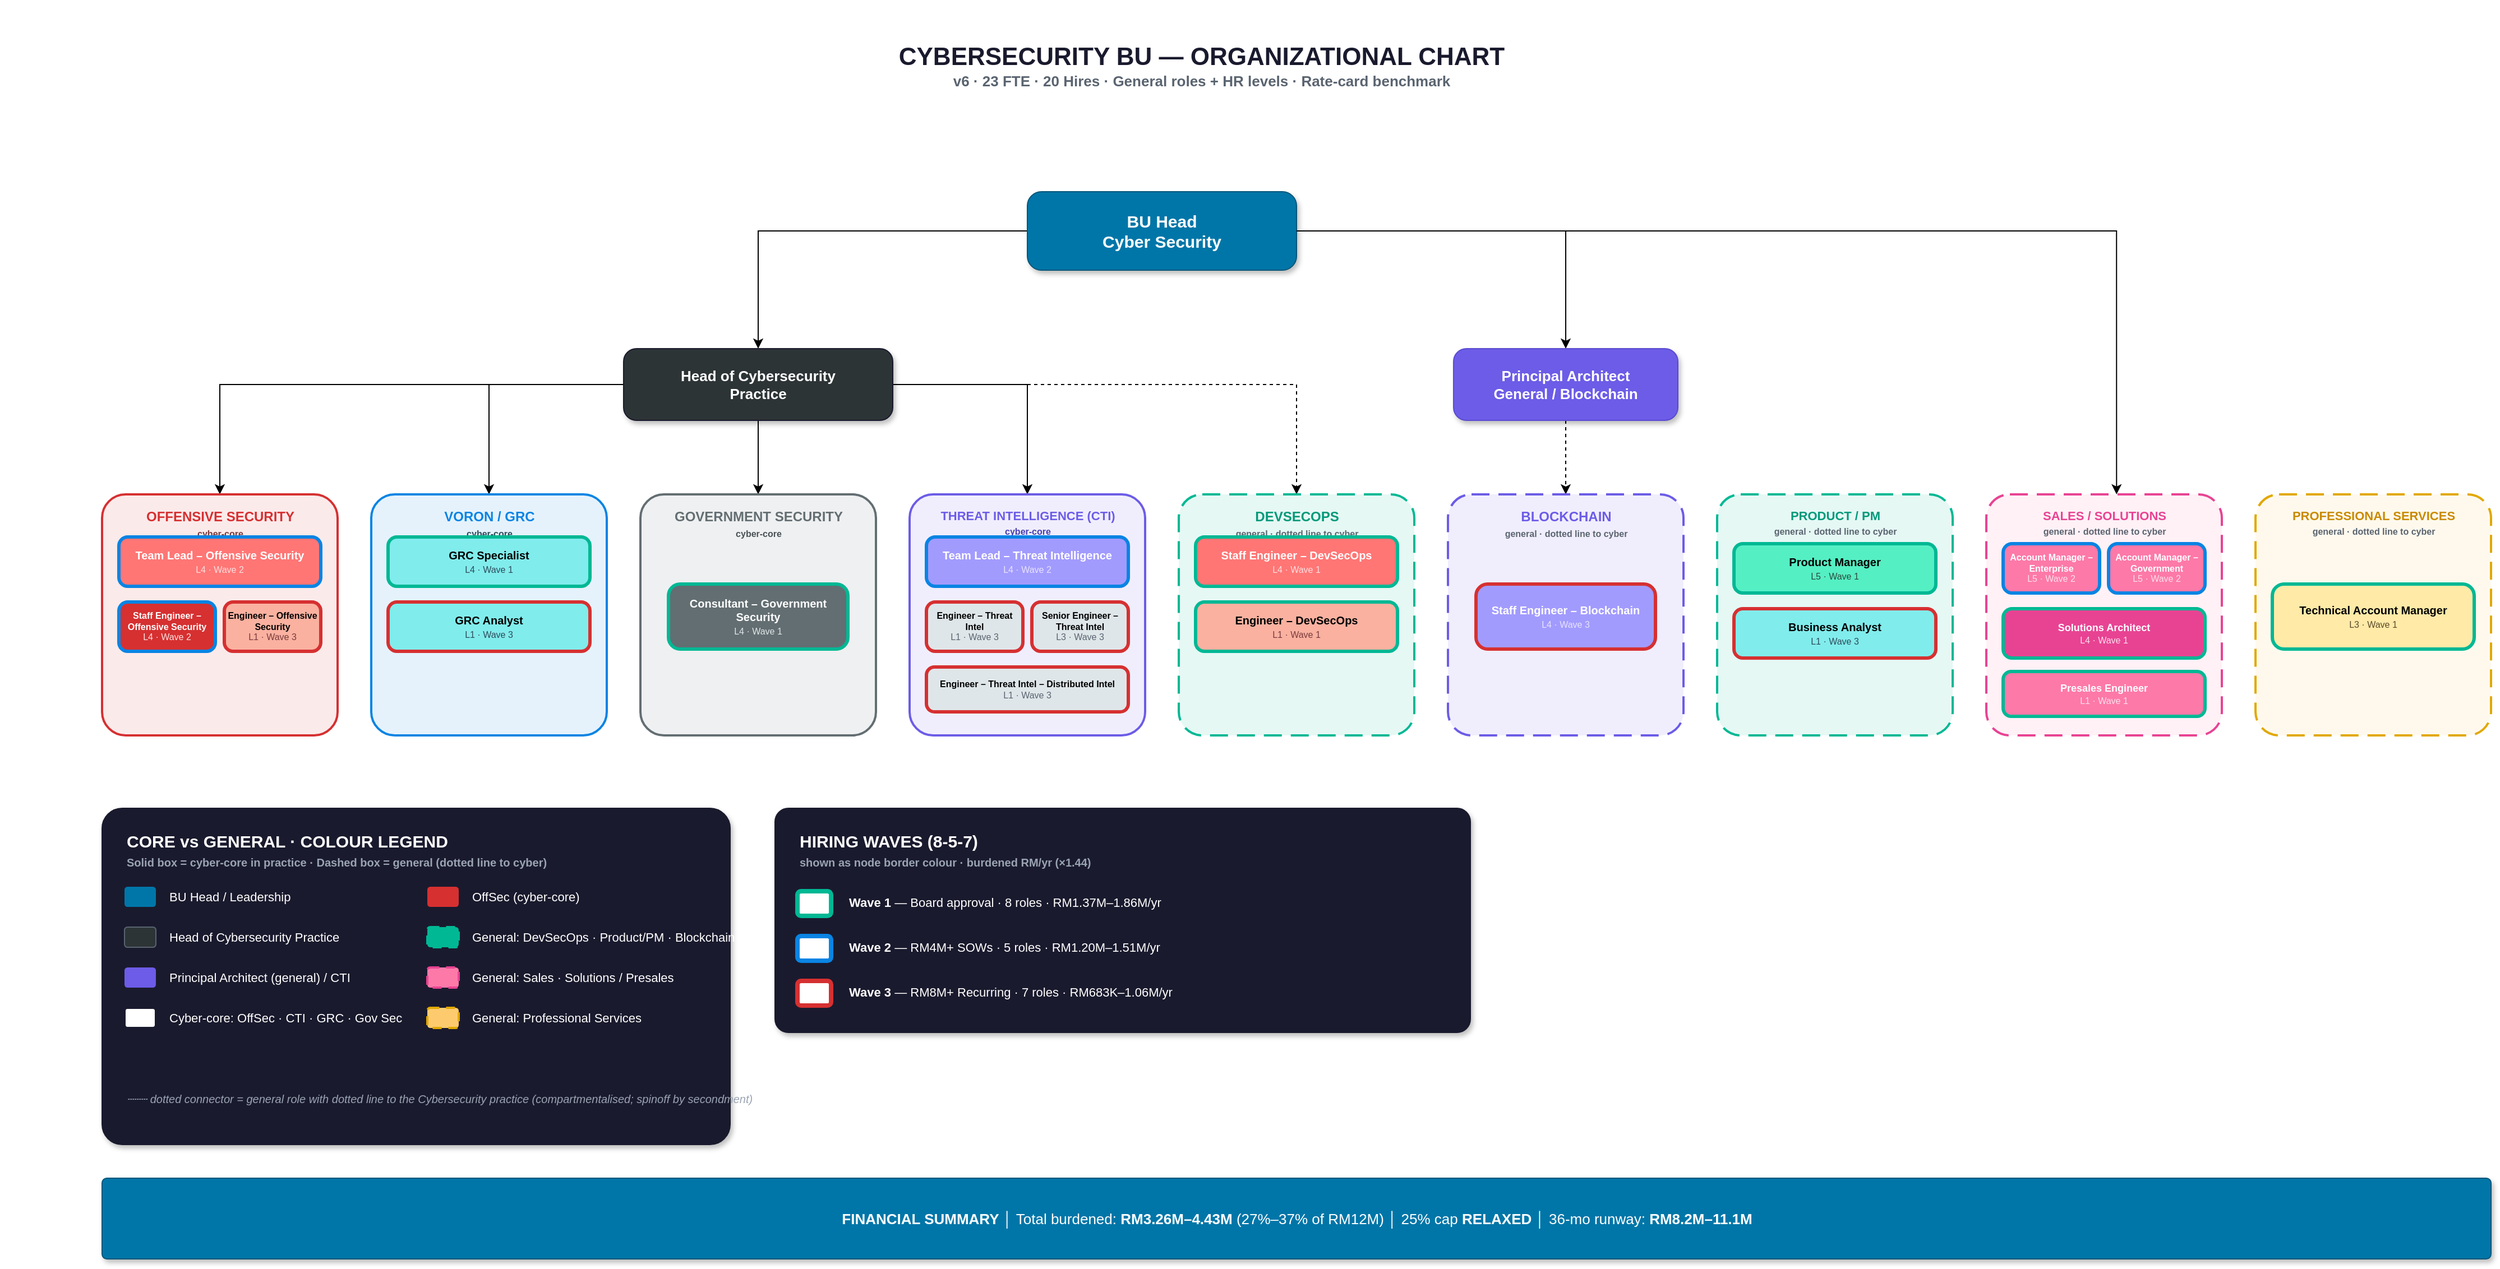
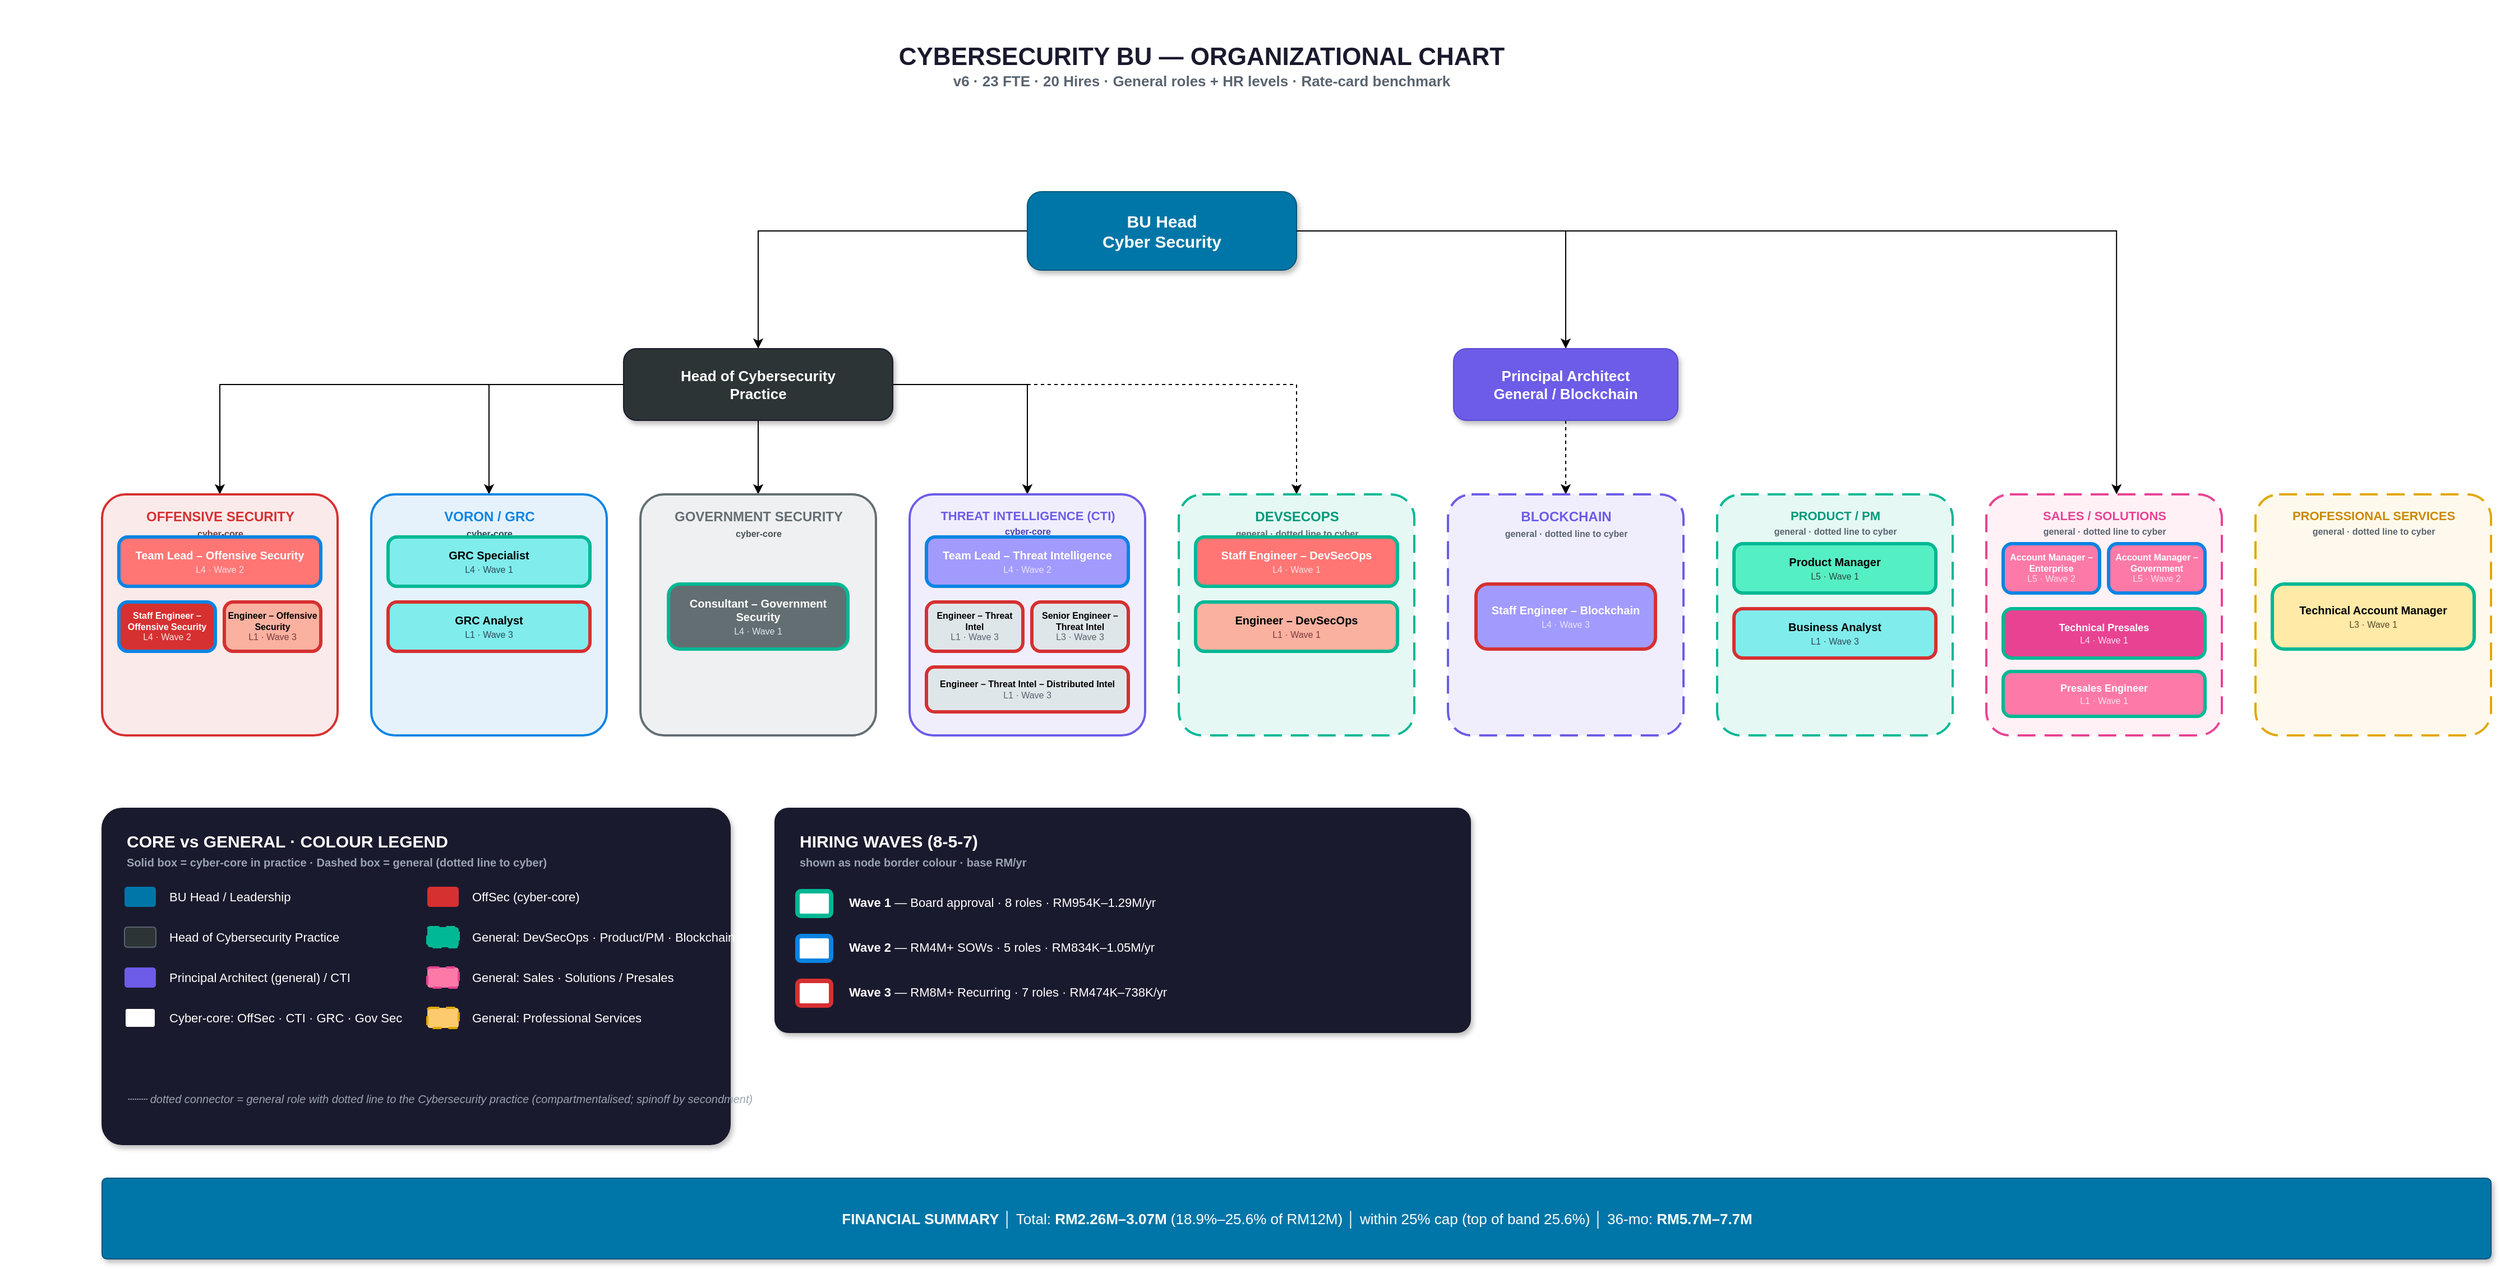
<mxfile host="app.diagrams.net" agent="5.0">
  <diagram id="CySec-BU-OrgChart" name="CySec BU Structure">
    <mxGraphModel dx="99905" dy="56303" grid="1" gridSize="10" guides="1" tooltips="1" connect="1" arrows="1" fold="1" page="1" pageScale="1" pageWidth="2350" pageHeight="1180" math="0" shadow="0">
      <root>
        <mxCell id="0" />
        <mxCell id="1" parent="0" />
        <mxCell id="title" parent="1" style="text;html=1;align=center;verticalAlign=middle;resizable=0;points=[];strokeColor=none;fillColor=none;fontSize=14;fontStyle=1;fontColor=#1a1a2e;" value="&lt;b style=&quot;font-size:22px;&quot;&gt;CYBERSECURITY BU — ORGANIZATIONAL CHART&lt;/b&gt;&lt;br&gt;&lt;font style=&quot;font-size:13px;color:#5a6470;&quot;&gt;v6  ·  23 FTE  ·  20 Hires  ·  General roles + HR levels  ·  Rate-card benchmark&lt;/font&gt;" vertex="1">
          <mxGeometry height="56" width="720" x="700" y="20" as="geometry" />
        </mxCell>
        <mxCell id="Z_cIRzkNHb6JCueCwrIl-6" edge="1" parent="1" source="bu_head" style="edgeStyle=orthogonalEdgeStyle;rounded=0;orthogonalLoop=1;jettySize=auto;html=1;" target="prin_cyber">
          <mxGeometry relative="1" as="geometry" />
        </mxCell>
        <mxCell id="Z_cIRzkNHb6JCueCwrIl-7" edge="1" parent="1" source="bu_head" style="edgeStyle=orthogonalEdgeStyle;rounded=0;orthogonalLoop=1;jettySize=auto;html=1;entryX=0.5;entryY=0;entryDx=0;entryDy=0;" target="prin_blockchain">
          <mxGeometry relative="1" as="geometry" />
        </mxCell>
        <mxCell id="bu_head" parent="1" style="rounded=1;whiteSpace=wrap;html=1;fillColor=#0076a8;fontColor=#ffffff;strokeColor=#00557a;fontSize=15;fontStyle=1;arcSize=18;shadow=1;" value="&lt;b&gt;BU Head&lt;/b&gt;&lt;br&gt;Cyber Security" vertex="1">
          <mxGeometry height="70" width="240" x="905" y="160" as="geometry" />
        </mxCell>
        <mxCell id="Z_cIRzkNHb6JCueCwrIl-3" edge="1" parent="1" source="prin_cyber" style="edgeStyle=orthogonalEdgeStyle;rounded=0;orthogonalLoop=1;jettySize=auto;html=1;exitX=0.5;exitY=1;exitDx=0;exitDy=0;entryX=0.5;entryY=0;entryDx=0;entryDy=0;" target="govsec_box">
          <mxGeometry relative="1" as="geometry" />
        </mxCell>
        <mxCell id="Z_cIRzkNHb6JCueCwrIl-4" edge="1" parent="1" source="prin_cyber" style="edgeStyle=orthogonalEdgeStyle;rounded=0;orthogonalLoop=1;jettySize=auto;html=1;entryX=0.5;entryY=0;entryDx=0;entryDy=0;dashed=1;" target="devsecops_box">
          <mxGeometry relative="1" as="geometry" />
        </mxCell>
        <mxCell id="Z_cIRzkNHb6JCueCwrIl-8" edge="1" parent="1" source="prin_cyber" style="edgeStyle=orthogonalEdgeStyle;rounded=0;orthogonalLoop=1;jettySize=auto;html=1;entryX=0.5;entryY=0;entryDx=0;entryDy=0;" target="cti_box">
          <mxGeometry relative="1" as="geometry" />
        </mxCell>
        <mxCell id="Z_cIRzkNHb6JCueCwrIl-9" edge="1" parent="1" source="prin_cyber" style="edgeStyle=orthogonalEdgeStyle;rounded=0;orthogonalLoop=1;jettySize=auto;html=1;entryX=0.5;entryY=0;entryDx=0;entryDy=0;" target="offsec_box">
          <mxGeometry relative="1" as="geometry" />
        </mxCell>
        <mxCell id="Z_cIRzkNHb6JCueCwrIl-10" edge="1" parent="1" source="prin_cyber" style="edgeStyle=orthogonalEdgeStyle;rounded=0;orthogonalLoop=1;jettySize=auto;html=1;entryX=0.5;entryY=0;entryDx=0;entryDy=0;" target="voron_box">
          <mxGeometry relative="1" as="geometry" />
        </mxCell>
        <mxCell id="prin_cyber" parent="1" style="rounded=1;whiteSpace=wrap;html=1;fillColor=#2d3436;fontColor=#ffffff;strokeColor=#1a1a2e;fontSize=13;fontStyle=1;arcSize=18;shadow=1;" value="&lt;b&gt;Head of Cybersecurity&lt;/b&gt;&lt;br&gt;Practice" vertex="1">
          <mxGeometry height="64" width="240" x="545" y="300" as="geometry" />
        </mxCell>
        <mxCell id="Z_cIRzkNHb6JCueCwrIl-11" edge="1" parent="1" source="prin_blockchain" style="edgeStyle=orthogonalEdgeStyle;rounded=0;orthogonalLoop=1;jettySize=auto;html=1;entryX=0.5;entryY=0;entryDx=0;entryDy=0;dashed=1;" target="blockchain_box">
          <mxGeometry relative="1" as="geometry" />
        </mxCell>
        <mxCell id="prin_blockchain" parent="1" style="rounded=1;whiteSpace=wrap;html=1;fillColor=#6c5ce7;fontColor=#ffffff;strokeColor=#5a4bd1;fontSize=13;fontStyle=1;arcSize=18;shadow=1;" value="&lt;b&gt;Principal Architect&lt;/b&gt;&lt;br&gt;General / Blockchain" vertex="1">
          <mxGeometry height="64" width="200" x="1285" y="300" as="geometry" />
        </mxCell>
        <mxCell id="line_bu_prin1" edge="1" parent="1" source="bu_head" style="edgeStyle=orthogonalEdgeStyle;rounded=1;html=1;exitX=0.5;exitY=1;entryX=0.5;entryY=0;strokeColor=#0076a8;strokeWidth=2.5;endArrow=block;endFill=1;endSize=8;" target="prin_cyber" />
        <mxCell id="line_bu_prin2" edge="1" parent="1" source="bu_head" style="edgeStyle=orthogonalEdgeStyle;rounded=1;html=1;exitX=0.5;exitY=1;entryX=0.5;entryY=0;strokeColor=#0076a8;strokeWidth=2.5;endArrow=block;endFill=1;endSize=8;" target="prin_blockchain" />
        <mxCell id="offsec_box" parent="1" style="rounded=1;whiteSpace=wrap;html=1;fillColor=#d63031;fillOpacity=10;strokeColor=#d63031;strokeWidth=2;arcSize=10;" value="" vertex="1">
          <mxGeometry height="215" width="210" x="80" y="430" as="geometry" />
        </mxCell>
        <mxCell id="offsec_label" parent="1" style="text;html=1;align=center;verticalAlign=top;resizable=0;points=[];strokeColor=none;fillColor=none;fontSize=12;fontStyle=1;fontColor=#d63031;" value="&lt;b&gt;OFFENSIVE SECURITY&lt;/b&gt;&lt;br&gt;&lt;font style=&quot;font-size:8px;color:#7a3b3b;&quot;&gt;cyber-core&lt;/font&gt;" vertex="1">
          <mxGeometry height="28" width="190" x="90" y="436" as="geometry" />
        </mxCell>
        <mxCell id="lead_researcher" parent="1" style="rounded=1;whiteSpace=wrap;html=1;fillColor=#ff7675;fontColor=#ffffff;strokeColor=#0984e3;strokeWidth=3;fontSize=10;arcSize=18;" value="&lt;b&gt;Team Lead – Offensive Security&lt;/b&gt;&lt;br&gt;&lt;font style=&quot;font-size:8px;color:#fde0e0;&quot;&gt;L4 · Wave 2&lt;/font&gt;" vertex="1">
          <mxGeometry height="44" width="180" x="95" y="468" as="geometry" />
        </mxCell>
        <mxCell id="red_team" parent="1" style="rounded=1;whiteSpace=wrap;html=1;fillColor=#d63031;fontColor=#ffffff;strokeColor=#0984e3;strokeWidth=3;fontSize=8;arcSize=18;" value="&lt;b&gt;Staff Engineer – Offensive Security&lt;/b&gt;&lt;br&gt;&lt;font style=&quot;font-size:8px;color:#fde0e0;&quot;&gt;L4 · Wave 2&lt;/font&gt;" vertex="1">
          <mxGeometry height="44" width="86" x="95" y="526" as="geometry" />
        </mxCell>
        <mxCell id="jr_researcher" parent="1" style="rounded=1;whiteSpace=wrap;html=1;fillColor=#fab1a0;fontColor=#000000;strokeColor=#d63031;strokeWidth=3;fontSize=8;arcSize=18;" value="&lt;b&gt;Engineer – Offensive Security&lt;/b&gt;&lt;br&gt;&lt;font style=&quot;font-size:8px;color:#7a3b3b;&quot;&gt;L1 · Wave 3&lt;/font&gt;" vertex="1">
          <mxGeometry height="44" width="86" x="189" y="526" as="geometry" />
        </mxCell>
        <mxCell id="line_lr_rt" edge="1" parent="1" source="lead_researcher" style="edgeStyle=orthogonalEdgeStyle;rounded=1;html=1;exitX=0.5;exitY=1;entryX=0.5;entryY=0;strokeColor=#d63031;strokeWidth=1.5;endArrow=none;" target="red_team" />
        <mxCell id="line_lr_jr" edge="1" parent="1" source="lead_researcher" style="edgeStyle=orthogonalEdgeStyle;rounded=1;html=1;exitX=0.5;exitY=1;entryX=0.5;entryY=0;strokeColor=#d63031;strokeWidth=1.5;endArrow=none;" target="jr_researcher" />
        <mxCell id="voron_box" parent="1" style="rounded=1;whiteSpace=wrap;html=1;fillColor=#0984e3;fillOpacity=10;strokeColor=#0984e3;strokeWidth=2;arcSize=10;" value="" vertex="1">
          <mxGeometry height="215" width="210" x="320" y="430" as="geometry" />
        </mxCell>
        <mxCell id="voron_label" parent="1" style="text;html=1;align=center;verticalAlign=top;resizable=0;points=[];strokeColor=none;fillColor=none;fontSize=12;fontStyle=1;fontColor=#0984e3;" value="&lt;b&gt;VORON / GRC&lt;/b&gt;&lt;br&gt;&lt;font style=&quot;font-size:8px;color:#2c4a5a;&quot;&gt;cyber-core&lt;/font&gt;" vertex="1">
          <mxGeometry height="28" width="190" x="330" y="436" as="geometry" />
        </mxCell>
        <mxCell id="sr_consult" parent="1" style="rounded=1;whiteSpace=wrap;html=1;fillColor=#81ecec;fontColor=#000000;strokeColor=#00b894;strokeWidth=3;fontSize=10;arcSize=18;" value="&lt;b&gt;GRC Specialist&lt;/b&gt;&lt;br&gt;&lt;font style=&quot;font-size:8px;color:#2c4a5a;&quot;&gt;L4 · Wave 1&lt;/font&gt;" vertex="1">
          <mxGeometry height="44" width="180" x="335" y="468" as="geometry" />
        </mxCell>
        <mxCell id="jr_consult" parent="1" style="rounded=1;whiteSpace=wrap;html=1;fillColor=#81ecec;fontColor=#000000;strokeColor=#d63031;strokeWidth=3;fontSize=10;arcSize=18;" value="&lt;b&gt;GRC Analyst&lt;/b&gt;&lt;br&gt;&lt;font style=&quot;font-size:8px;color:#2c4a5a;&quot;&gt;L1 · Wave 3&lt;/font&gt;" vertex="1">
          <mxGeometry height="44" width="180" x="335" y="526" as="geometry" />
        </mxCell>
        <mxCell id="line_src_jrc" edge="1" parent="1" source="sr_consult" style="edgeStyle=orthogonalEdgeStyle;rounded=1;html=1;exitX=0.5;exitY=1;entryX=0.5;entryY=0;strokeColor=#0984e3;strokeWidth=1.5;endArrow=none;" target="jr_consult" />
        <mxCell id="govsec_box" parent="1" style="rounded=1;whiteSpace=wrap;html=1;fillColor=#636e72;fillOpacity=10;strokeColor=#636e72;strokeWidth=2;arcSize=10;" value="" vertex="1">
          <mxGeometry height="215" width="210" x="560" y="430" as="geometry" />
        </mxCell>
        <mxCell id="govsec_label" parent="1" style="text;html=1;align=center;verticalAlign=top;resizable=0;points=[];strokeColor=none;fillColor=none;fontSize=12;fontStyle=1;fontColor=#636e72;" value="&lt;b&gt;GOVERNMENT SECURITY&lt;/b&gt;&lt;br&gt;&lt;font style=&quot;font-size:8px;color:#4a5256;&quot;&gt;cyber-core&lt;/font&gt;" vertex="1">
          <mxGeometry height="28" width="190" x="570" y="436" as="geometry" />
        </mxCell>
        <mxCell id="govsec_pm" parent="1" style="rounded=1;whiteSpace=wrap;html=1;fillColor=#636e72;fontColor=#ffffff;strokeColor=#00b894;strokeWidth=3;fontSize=10;arcSize=18;" value="&lt;b&gt;Consultant – Government Security&lt;/b&gt;&lt;br&gt;&lt;font style=&quot;font-size:8px;color:#dfe6e9;&quot;&gt;L4 · Wave 1&lt;/font&gt;" vertex="1">
          <mxGeometry height="58" width="160" x="585" y="510" as="geometry" />
        </mxCell>
        <mxCell id="cti_box" parent="1" style="rounded=1;whiteSpace=wrap;html=1;fillColor=#6c5ce7;fillOpacity=10;strokeColor=#6c5ce7;strokeWidth=2;arcSize=10;" value="" vertex="1">
          <mxGeometry height="215" width="210" x="800" y="430" as="geometry" />
        </mxCell>
        <mxCell id="cti_label" parent="1" style="text;html=1;align=center;verticalAlign=top;resizable=0;points=[];strokeColor=none;fillColor=none;fontSize=11;fontStyle=1;fontColor=#6c5ce7;" value="&lt;b&gt;THREAT INTELLIGENCE (CTI)&lt;/b&gt;&lt;br&gt;&lt;font style=&quot;font-size:8px;color:#4a3fb0;&quot;&gt;cyber-core&lt;/font&gt;" vertex="1">
          <mxGeometry height="28" width="200" x="805" y="436" as="geometry" />
        </mxCell>
        <mxCell id="cti_lead" parent="1" style="rounded=1;whiteSpace=wrap;html=1;fillColor=#a29bfe;fontColor=#ffffff;strokeColor=#0984e3;strokeWidth=3;fontSize=10;arcSize=18;" value="&lt;b&gt;Team Lead – Threat Intelligence&lt;/b&gt;&lt;br&gt;&lt;font style=&quot;font-size:8px;color:#e8e4ff;&quot;&gt;L4 · Wave 2&lt;/font&gt;" vertex="1">
          <mxGeometry height="44" width="180" x="815" y="468" as="geometry" />
        </mxCell>
        <mxCell id="cti_analyst" parent="1" style="rounded=1;whiteSpace=wrap;html=1;fillColor=#dfe6e9;fontColor=#000000;strokeColor=#d63031;strokeWidth=3;fontSize=8;arcSize=18;" value="&lt;b&gt;Engineer – Threat Intel&lt;/b&gt;&lt;br&gt;&lt;font style=&quot;font-size:8px;color:#5a6470;&quot;&gt;L1 · Wave 3&lt;/font&gt;" vertex="1">
          <mxGeometry height="44" width="86" x="815" y="526" as="geometry" />
        </mxCell>
        <mxCell id="cti_research" parent="1" style="rounded=1;whiteSpace=wrap;html=1;fillColor=#dfe6e9;fontColor=#000000;strokeColor=#d63031;strokeWidth=3;fontSize=8;arcSize=18;" value="&lt;b&gt;Senior Engineer – Threat Intel&lt;/b&gt;&lt;br&gt;&lt;font style=&quot;font-size:8px;color:#5a6470;&quot;&gt;L3 · Wave 3&lt;/font&gt;" vertex="1">
          <mxGeometry height="44" width="86" x="909" y="526" as="geometry" />
        </mxCell>
        <mxCell id="cti_dist_intel" parent="1" style="rounded=1;whiteSpace=wrap;html=1;fillColor=#dfe6e9;fontColor=#000000;strokeColor=#d63031;strokeWidth=3;fontSize=8;arcSize=18;" value="&lt;b&gt;Engineer – Threat Intel – Distributed Intel&lt;/b&gt;&lt;br&gt;&lt;font style=&quot;font-size:8px;color:#5a6470;&quot;&gt;L1 · Wave 3&lt;/font&gt;" vertex="1">
          <mxGeometry height="40" width="180" x="815" y="584" as="geometry" />
        </mxCell>
        <mxCell id="line_ctil_an" edge="1" parent="1" source="cti_lead" style="edgeStyle=orthogonalEdgeStyle;rounded=1;html=1;exitX=0.5;exitY=1;entryX=0.5;entryY=0;strokeColor=#6c5ce7;strokeWidth=1.5;endArrow=none;" target="cti_analyst" />
        <mxCell id="line_ctil_re" edge="1" parent="1" source="cti_lead" style="edgeStyle=orthogonalEdgeStyle;rounded=1;html=1;exitX=0.5;exitY=1;entryX=0.5;entryY=0;strokeColor=#6c5ce7;strokeWidth=1.5;endArrow=none;" target="cti_research" />
        <mxCell id="line_ctil_di" edge="1" parent="1" source="cti_lead" style="edgeStyle=orthogonalEdgeStyle;rounded=1;html=1;exitX=0.5;exitY=1;entryX=0.25;entryY=0;strokeColor=#6c5ce7;strokeWidth=1.5;endArrow=none;" target="cti_dist_intel" />
        <mxCell id="devsecops_box" parent="1" style="rounded=1;whiteSpace=wrap;html=1;fillColor=#00b894;fillOpacity=10;strokeColor=#00b894;strokeWidth=2;arcSize=10;dashed=1;dashPattern=8 4;" value="" vertex="1">
          <mxGeometry height="215" width="210" x="1040" y="430" as="geometry" />
        </mxCell>
        <mxCell id="devsecops_label" parent="1" style="text;html=1;align=center;verticalAlign=top;resizable=0;points=[];strokeColor=none;fillColor=none;fontSize=12;fontStyle=1;fontColor=#00997a;" value="&lt;b&gt;DEVSECOPS&lt;/b&gt;&lt;br&gt;&lt;font style=&quot;font-size:8px;color:#5a6470;&quot;&gt;general · dotted line to cyber&lt;/font&gt;" vertex="1">
          <mxGeometry height="28" width="190" x="1050" y="436" as="geometry" />
        </mxCell>
        <mxCell id="devsecops_sr" parent="1" style="rounded=1;whiteSpace=wrap;html=1;fillColor=#ff7675;fontColor=#ffffff;strokeColor=#00b894;strokeWidth=3;fontSize=10;arcSize=18;" value="&lt;b&gt;Staff Engineer – DevSecOps&lt;/b&gt;&lt;br&gt;&lt;font style=&quot;font-size:8px;color:#fde0e0;&quot;&gt;L4 · Wave 1&lt;/font&gt;" vertex="1">
          <mxGeometry height="44" width="180" x="1055" y="468" as="geometry" />
        </mxCell>
        <mxCell id="devsecops_jr" parent="1" style="rounded=1;whiteSpace=wrap;html=1;fillColor=#fab1a0;fontColor=#000000;strokeColor=#00b894;strokeWidth=3;fontSize=10;arcSize=18;" value="&lt;b&gt;Engineer – DevSecOps&lt;/b&gt;&lt;br&gt;&lt;font style=&quot;font-size:8px;color:#7a3b3b;&quot;&gt;L1 · Wave 1&lt;/font&gt;" vertex="1">
          <mxGeometry height="44" width="180" x="1055" y="526" as="geometry" />
        </mxCell>
        <mxCell id="line_dso_sr_jr" edge="1" parent="1" source="devsecops_sr" style="edgeStyle=orthogonalEdgeStyle;rounded=1;html=1;exitX=0.5;exitY=1;entryX=0.5;entryY=0;strokeColor=#00b894;strokeWidth=1.5;endArrow=none;" target="devsecops_jr" />
        <mxCell id="blockchain_box" parent="1" style="rounded=1;whiteSpace=wrap;html=1;fillColor=#6c5ce7;fillOpacity=10;strokeColor=#6c5ce7;strokeWidth=2;arcSize=10;dashed=1;dashPattern=8 4;" value="" vertex="1">
          <mxGeometry height="215" width="210" x="1280" y="430" as="geometry" />
        </mxCell>
        <mxCell id="blockchain_label" parent="1" style="text;html=1;align=center;verticalAlign=top;resizable=0;points=[];strokeColor=none;fillColor=none;fontSize=12;fontStyle=1;fontColor=#6c5ce7;" value="&lt;b&gt;BLOCKCHAIN&lt;/b&gt;&lt;br&gt;&lt;font style=&quot;font-size:8px;color:#5a6470;&quot;&gt;general · dotted line to cyber&lt;/font&gt;" vertex="1">
          <mxGeometry height="28" width="190" x="1290" y="436" as="geometry" />
        </mxCell>
        <mxCell id="sr_dev" parent="1" style="rounded=1;whiteSpace=wrap;html=1;fillColor=#a29bfe;fontColor=#ffffff;strokeColor=#d63031;strokeWidth=3;fontSize=10;arcSize=18;" value="&lt;b&gt;Staff Engineer – Blockchain&lt;/b&gt;&lt;br&gt;&lt;font style=&quot;font-size:8px;color:#e8e4ff;&quot;&gt;L4 · Wave 3&lt;/font&gt;" vertex="1">
          <mxGeometry height="58" width="160" x="1305" y="510" as="geometry" />
        </mxCell>
        <mxCell id="pm_team_box" parent="1" style="rounded=1;whiteSpace=wrap;html=1;fillColor=#00b894;fillOpacity=10;strokeColor=#00b894;strokeWidth=2;arcSize=10;dashed=1;dashPattern=8 4;" value="" vertex="1">
          <mxGeometry height="215" width="210" x="1520" y="430" as="geometry" />
        </mxCell>
        <mxCell id="pm_team_label" parent="1" style="text;html=1;align=center;verticalAlign=top;resizable=0;points=[];strokeColor=none;fillColor=none;fontSize=11;fontStyle=1;fontColor=#00997a;" value="&lt;b&gt;PRODUCT / PM&lt;/b&gt;&lt;br&gt;&lt;font style=&quot;font-size:8px;color:#5a6470;&quot;&gt;general · dotted line to cyber&lt;/font&gt;" vertex="1">
          <mxGeometry height="28" width="200" x="1525" y="436" as="geometry" />
        </mxCell>
        <mxCell id="product_manager" parent="1" style="rounded=1;whiteSpace=wrap;html=1;fillColor=#55efc4;fontColor=#000000;strokeColor=#00b894;strokeWidth=3;fontSize=10;arcSize=18;" value="&lt;b&gt;Product Manager&lt;/b&gt;&lt;br&gt;&lt;font style=&quot;font-size:8px;color:#2c4a3a;&quot;&gt;L5 · Wave 1&lt;/font&gt;" vertex="1">
          <mxGeometry height="44" width="180" x="1535" y="474" as="geometry" />
        </mxCell>
        <mxCell id="ba" parent="1" style="rounded=1;whiteSpace=wrap;html=1;fillColor=#81ecec;fontColor=#000000;strokeColor=#d63031;strokeWidth=3;fontSize=10;arcSize=18;" value="&lt;b&gt;Business Analyst&lt;/b&gt;&lt;br&gt;&lt;font style=&quot;font-size:8px;color:#2c4a5a;&quot;&gt;L1 · Wave 3&lt;/font&gt;" vertex="1">
          <mxGeometry height="44" width="180" x="1535" y="532" as="geometry" />
        </mxCell>
        <mxCell id="line_pm_ba" edge="1" parent="1" source="product_manager" style="edgeStyle=orthogonalEdgeStyle;rounded=1;html=1;exitX=0.5;exitY=1;entryX=0.5;entryY=0;strokeColor=#00b894;strokeWidth=1.5;endArrow=none;" target="ba" />
        <mxCell id="sales_box" parent="1" style="rounded=1;whiteSpace=wrap;html=1;fillColor=#fd79a8;fillOpacity=10;strokeColor=#e84393;strokeWidth=2;arcSize=10;dashed=1;dashPattern=8 4;" value="" vertex="1">
          <mxGeometry height="215" width="210" x="1760" y="430" as="geometry" />
        </mxCell>
        <mxCell id="sales_label" parent="1" style="text;html=1;align=center;verticalAlign=top;resizable=0;points=[];strokeColor=none;fillColor=none;fontSize=11;fontStyle=1;fontColor=#e84393;" value="&lt;b&gt;SALES / SOLUTIONS&lt;/b&gt;&lt;br&gt;&lt;font style=&quot;font-size:8px;color:#5a6470;&quot;&gt;general · dotted line to cyber&lt;/font&gt;" vertex="1">
          <mxGeometry height="28" width="200" x="1765" y="436" as="geometry" />
        </mxCell>
        <mxCell id="sales_spec1" parent="1" style="rounded=1;whiteSpace=wrap;html=1;fillColor=#fd79a8;fontColor=#ffffff;strokeColor=#0984e3;strokeWidth=3;fontSize=8;arcSize=18;" value="&lt;b&gt;Account Manager – Enterprise&lt;/b&gt;&lt;br&gt;&lt;font style=&quot;font-size:8px;color:#fde0ec;&quot;&gt;L5 · Wave 2&lt;/font&gt;" vertex="1">
          <mxGeometry height="44" width="86" x="1775" y="474" as="geometry" />
        </mxCell>
        <mxCell id="sales_spec2" parent="1" style="rounded=1;whiteSpace=wrap;html=1;fillColor=#fd79a8;fontColor=#ffffff;strokeColor=#0984e3;strokeWidth=3;fontSize=8;arcSize=18;" value="&lt;b&gt;Account Manager – Government&lt;/b&gt;&lt;br&gt;&lt;font style=&quot;font-size:8px;color:#fde0ec;&quot;&gt;L5 · Wave 2&lt;/font&gt;" vertex="1">
          <mxGeometry height="44" width="86" x="1869" y="474" as="geometry" />
        </mxCell>
-         <mxCell id="presales_consult" parent="1" style="rounded=1;whiteSpace=wrap;html=1;fillColor=#e84393;fontColor=#ffffff;strokeColor=#00b894;strokeWidth=3;fontSize=9;arcSize=18;" value="&lt;b&gt;Solutions Architect&lt;/b&gt;&lt;br&gt;&lt;font style=&quot;font-size:8px;color:#fde0ec;&quot;&gt;L4 · Wave 1&lt;/font&gt;" vertex="1">
+         <mxCell id="presales_consult" parent="1" style="rounded=1;whiteSpace=wrap;html=1;fillColor=#e84393;fontColor=#ffffff;strokeColor=#00b894;strokeWidth=3;fontSize=9;arcSize=18;" value="&lt;b&gt;Technical Presales&lt;/b&gt;&lt;br&gt;&lt;font style=&quot;font-size:8px;color:#fde0ec;&quot;&gt;L4 · Wave 1&lt;/font&gt;" vertex="1">
          <mxGeometry height="44" width="180" x="1775" y="532" as="geometry" />
        </mxCell>
        <mxCell id="jr_presales" parent="1" style="rounded=1;whiteSpace=wrap;html=1;fillColor=#fd79a8;fontColor=#ffffff;strokeColor=#00b894;strokeWidth=3;fontSize=9;arcSize=18;" value="&lt;b&gt;Presales Engineer&lt;/b&gt;&lt;br&gt;&lt;font style=&quot;font-size:8px;color:#fde0ec;&quot;&gt;L1 · Wave 1&lt;/font&gt;" vertex="1">
          <mxGeometry height="40" width="180" x="1775" y="588" as="geometry" />
        </mxCell>
        <mxCell id="line_pc_jrpresales" edge="1" parent="1" source="presales_consult" style="edgeStyle=orthogonalEdgeStyle;rounded=1;html=1;exitX=0.5;exitY=1;entryX=0.5;entryY=0;strokeColor=#e84393;strokeWidth=1.5;endArrow=none;" target="jr_presales" />
        <mxCell id="ps_team_box" parent="1" style="rounded=1;whiteSpace=wrap;html=1;fillColor=#fdcb6e;fillOpacity=12;strokeColor=#e1a800;strokeWidth=2;arcSize=10;dashed=1;dashPattern=8 4;" value="" vertex="1">
          <mxGeometry height="215" width="210" x="2000" y="430" as="geometry" />
        </mxCell>
        <mxCell id="ps_team_label" parent="1" style="text;html=1;align=center;verticalAlign=top;resizable=0;points=[];strokeColor=none;fillColor=none;fontSize=11;fontStyle=1;fontColor=#c98a00;" value="&lt;b&gt;PROFESSIONAL SERVICES&lt;/b&gt;&lt;br&gt;&lt;font style=&quot;font-size:8px;color:#5a6470;&quot;&gt;general · dotted line to cyber&lt;/font&gt;" vertex="1">
          <mxGeometry height="28" width="200" x="2005" y="436" as="geometry" />
        </mxCell>
        <mxCell id="sr_ps" parent="1" style="rounded=1;whiteSpace=wrap;html=1;fillColor=#ffeaa7;fontColor=#000000;strokeColor=#00b894;strokeWidth=3;fontSize=10;arcSize=18;" value="&lt;b&gt;Technical Account Manager&lt;/b&gt;&lt;br&gt;&lt;font style=&quot;font-size:8px;color:#5a4a2a;&quot;&gt;L3 · Wave 1&lt;/font&gt;" vertex="1">
          <mxGeometry height="58" width="180" x="2015" y="510" as="geometry" />
        </mxCell>
        <mxCell id="line_pc_offsec" edge="1" parent="1" source="prin_cyber" style="edgeStyle=orthogonalEdgeStyle;rounded=1;html=1;exitX=0.5;exitY=1;entryX=0.5;entryY=0;strokeColor=#2d3436;strokeWidth=2;endArrow=block;endFill=1;endSize=7;" target="offsec_box" />
        <mxCell id="line_pc_voron" edge="1" parent="1" source="prin_cyber" style="edgeStyle=orthogonalEdgeStyle;rounded=1;html=1;exitX=0.5;exitY=1;entryX=0.5;entryY=0;strokeColor=#2d3436;strokeWidth=2;endArrow=block;endFill=1;endSize=7;" target="voron_box" />
        <mxCell id="line_pc_govsec" edge="1" parent="1" source="prin_cyber" style="edgeStyle=orthogonalEdgeStyle;rounded=1;html=1;exitX=0.5;exitY=1;entryX=0.5;entryY=0;strokeColor=#2d3436;strokeWidth=2;endArrow=block;endFill=1;endSize=7;" target="govsec_box" />
        <mxCell id="line_pc_cti" edge="1" parent="1" source="prin_cyber" style="edgeStyle=orthogonalEdgeStyle;rounded=1;html=1;exitX=0.5;exitY=1;entryX=0.5;entryY=0;strokeColor=#2d3436;strokeWidth=2;endArrow=block;endFill=1;endSize=7;" target="cti_box" />
        <mxCell id="line_pc_devsecops" edge="1" parent="1" source="prin_cyber" style="edgeStyle=orthogonalEdgeStyle;rounded=1;html=1;exitX=0.5;exitY=1;entryX=0.5;entryY=0;strokeColor=#00997a;strokeWidth=2;dashed=1;dashPattern=6 4;endArrow=open;endSize=8;" target="devsecops_box" />
        <mxCell id="line_pb_bc" edge="1" parent="1" source="prin_blockchain" style="edgeStyle=orthogonalEdgeStyle;rounded=1;html=1;exitX=0.5;exitY=1;entryX=0.5;entryY=0;strokeColor=#6c5ce7;strokeWidth=2;dashed=1;dashPattern=6 4;endArrow=open;endSize=8;" target="blockchain_box" />
        <mxCell id="line_bu_pm" edge="1" parent="1" source="bu_head" style="edgeStyle=orthogonalEdgeStyle;rounded=1;html=1;exitX=1;exitY=0.35;entryX=0.5;entryY=0;strokeColor=#0076a8;strokeWidth=2;dashed=1;dashPattern=6 4;endArrow=open;endSize=8;" target="pm_team_box" />
        <mxCell id="line_bu_sales" edge="1" parent="1" source="bu_head" style="edgeStyle=orthogonalEdgeStyle;rounded=1;html=1;exitX=1;exitY=0.5;entryX=0.5;entryY=0;strokeColor=#0076a8;strokeWidth=2;dashed=1;dashPattern=6 4;endArrow=open;endSize=8;" target="sales_box" />
        <mxCell id="line_bu_ps" edge="1" parent="1" source="bu_head" style="edgeStyle=orthogonalEdgeStyle;rounded=1;html=1;exitX=1;exitY=0.65;entryX=0.5;entryY=0;strokeColor=#0076a8;strokeWidth=2;dashed=1;dashPattern=6 4;endArrow=open;endSize=8;" target="ps_team_box" />
        <mxCell id="legend_box" parent="1" style="rounded=1;whiteSpace=wrap;html=1;fillColor=#1a1a2e;strokeColor=#1a1a2e;arcSize=6;shadow=1;" value="" vertex="1">
          <mxGeometry height="300" width="560" x="80" y="710" as="geometry" />
        </mxCell>
        <mxCell id="legend_title" parent="1" style="text;html=1;align=left;verticalAlign=top;resizable=0;points=[];strokeColor=none;fillColor=none;fontSize=14;fontStyle=1;fontColor=#ffffff;" value="&lt;b style=&quot;color:#ffffff;font-size:15px;&quot;&gt;CORE vs GENERAL · COLOUR LEGEND&lt;/b&gt;&lt;br&gt;&lt;font style=&quot;color:#9aa4b2;font-size:10px;&quot;&gt;Solid box = cyber-core in practice  ·  Dashed box = general (dotted line to cyber)&lt;/font&gt;" vertex="1">
          <mxGeometry height="40" width="520" x="100" y="724" as="geometry" />
        </mxCell>
        <mxCell id="leg1" parent="1" style="rounded=1;whiteSpace=wrap;html=1;fillColor=#0076a8;strokeColor=none;" value="" vertex="1">
          <mxGeometry height="18" width="28" x="100" y="780" as="geometry" />
        </mxCell>
        <mxCell id="leg1_text" parent="1" style="text;html=1;align=left;verticalAlign=middle;resizable=0;points=[];strokeColor=none;fillColor=none;fontSize=11;fontColor=#ffffff;" value="BU Head / Leadership" vertex="1">
          <mxGeometry height="26" width="200" x="138" y="776" as="geometry" />
        </mxCell>
        <mxCell id="leg2" parent="1" style="rounded=1;whiteSpace=wrap;html=1;fillColor=#2d3436;strokeColor=#5a6470;" value="" vertex="1">
          <mxGeometry height="18" width="28" x="100" y="816" as="geometry" />
        </mxCell>
        <mxCell id="leg2_text" parent="1" style="text;html=1;align=left;verticalAlign=middle;resizable=0;points=[];strokeColor=none;fillColor=none;fontSize=11;fontColor=#ffffff;" value="Head of Cybersecurity Practice" vertex="1">
          <mxGeometry height="26" width="220" x="138" y="812" as="geometry" />
        </mxCell>
        <mxCell id="leg3" parent="1" style="rounded=1;whiteSpace=wrap;html=1;fillColor=#6c5ce7;strokeColor=none;" value="" vertex="1">
          <mxGeometry height="18" width="28" x="100" y="852" as="geometry" />
        </mxCell>
        <mxCell id="leg3_text" parent="1" style="text;html=1;align=left;verticalAlign=middle;resizable=0;points=[];strokeColor=none;fillColor=none;fontSize=11;fontColor=#ffffff;" value="Principal Architect (general) / CTI" vertex="1">
          <mxGeometry height="26" width="220" x="138" y="848" as="geometry" />
        </mxCell>
        <mxCell id="leg4" parent="1" style="rounded=1;whiteSpace=wrap;html=1;fillColor=#ffffff;strokeColor=#1a1a2e;strokeWidth=2;" value="" vertex="1">
          <mxGeometry height="18" width="28" x="100" y="888" as="geometry" />
        </mxCell>
        <mxCell id="leg4_text" parent="1" style="text;html=1;align=left;verticalAlign=middle;resizable=0;points=[];strokeColor=none;fillColor=none;fontSize=11;fontColor=#ffffff;" value="Cyber-core: OffSec · CTI · GRC · Gov Sec" vertex="1">
          <mxGeometry height="26" width="240" x="138" y="884" as="geometry" />
        </mxCell>
        <mxCell id="leg5" parent="1" style="rounded=1;whiteSpace=wrap;html=1;fillColor=#d63031;strokeColor=none;" value="" vertex="1">
          <mxGeometry height="18" width="28" x="370" y="780" as="geometry" />
        </mxCell>
        <mxCell id="leg5_text" parent="1" style="text;html=1;align=left;verticalAlign=middle;resizable=0;points=[];strokeColor=none;fillColor=none;fontSize=11;fontColor=#ffffff;" value="OffSec (cyber-core)" vertex="1">
          <mxGeometry height="26" width="220" x="408" y="776" as="geometry" />
        </mxCell>
        <mxCell id="leg6" parent="1" style="rounded=1;whiteSpace=wrap;html=1;fillColor=#00b894;strokeColor=#00b894;strokeWidth=2;dashed=1;dashPattern=4 3;" value="" vertex="1">
          <mxGeometry height="18" width="28" x="370" y="816" as="geometry" />
        </mxCell>
        <mxCell id="leg6_text" parent="1" style="text;html=1;align=left;verticalAlign=middle;resizable=0;points=[];strokeColor=none;fillColor=none;fontSize=11;fontColor=#ffffff;" value="General: DevSecOps · Product/PM · Blockchain" vertex="1">
          <mxGeometry height="26" width="250" x="408" y="812" as="geometry" />
        </mxCell>
        <mxCell id="leg7" parent="1" style="rounded=1;whiteSpace=wrap;html=1;fillColor=#fd79a8;strokeColor=#e84393;strokeWidth=2;dashed=1;dashPattern=4 3;" value="" vertex="1">
          <mxGeometry height="18" width="28" x="370" y="852" as="geometry" />
        </mxCell>
        <mxCell id="leg7_text" parent="1" style="text;html=1;align=left;verticalAlign=middle;resizable=0;points=[];strokeColor=none;fillColor=none;fontSize=11;fontColor=#ffffff;" value="General: Sales · Solutions / Presales" vertex="1">
          <mxGeometry height="26" width="240" x="408" y="848" as="geometry" />
        </mxCell>
        <mxCell id="leg8" parent="1" style="rounded=1;whiteSpace=wrap;html=1;fillColor=#fdcb6e;strokeColor=#e1a800;strokeWidth=2;dashed=1;dashPattern=4 3;" value="" vertex="1">
          <mxGeometry height="18" width="28" x="370" y="888" as="geometry" />
        </mxCell>
        <mxCell id="leg8_text" parent="1" style="text;html=1;align=left;verticalAlign=middle;resizable=0;points=[];strokeColor=none;fillColor=none;fontSize=11;fontColor=#ffffff;" value="General: Professional Services" vertex="1">
          <mxGeometry height="26" width="240" x="408" y="884" as="geometry" />
        </mxCell>
        <mxCell id="matrix_note" parent="1" style="text;html=1;align=left;verticalAlign=middle;resizable=0;points=[];strokeColor=none;fillColor=none;fontSize=10;fontStyle=2;" value="&lt;font color=&quot;#9aa4b2&quot;&gt;┄┄┄  dotted connector = general role with dotted line to the Cybersecurity practice (compartmentalised; spinoff by secondment)&lt;/font&gt;" vertex="1">
          <mxGeometry height="22" width="520" x="100" y="958" as="geometry" />
        </mxCell>
        <mxCell id="wave_box" parent="1" style="rounded=1;whiteSpace=wrap;html=1;fillColor=#1a1a2e;strokeColor=#1a1a2e;arcSize=6;shadow=1;" value="" vertex="1">
          <mxGeometry height="200" width="620" x="680" y="710" as="geometry" />
        </mxCell>
-         <mxCell id="wave_title" parent="1" style="text;html=1;align=left;verticalAlign=top;resizable=0;points=[];strokeColor=none;fillColor=none;fontSize=14;fontStyle=1;fontColor=#ffffff;" value="&lt;b style=&quot;color:#ffffff;font-size:15px;&quot;&gt;HIRING WAVES (8-5-7)&lt;/b&gt;&lt;br&gt;&lt;font style=&quot;color:#9aa4b2;font-size:10px;&quot;&gt;shown as node border colour · burdened RM/yr (×1.44)&lt;/font&gt;" vertex="1">
+         <mxCell id="wave_title" parent="1" style="text;html=1;align=left;verticalAlign=top;resizable=0;points=[];strokeColor=none;fillColor=none;fontSize=14;fontStyle=1;fontColor=#ffffff;" value="&lt;b style=&quot;color:#ffffff;font-size:15px;&quot;&gt;HIRING WAVES (8-5-7)&lt;/b&gt;&lt;br&gt;&lt;font style=&quot;color:#9aa4b2;font-size:10px;&quot;&gt;shown as node border colour · base RM/yr&lt;/font&gt;" vertex="1">
          <mxGeometry height="40" width="580" x="700" y="724" as="geometry" />
        </mxCell>
        <mxCell id="wave_leg1" parent="1" style="rounded=1;whiteSpace=wrap;html=1;fillColor=#ffffff;strokeColor=#00b894;strokeWidth=4;" value="" vertex="1">
          <mxGeometry height="22" width="30" x="700" y="784" as="geometry" />
        </mxCell>
-         <mxCell id="wave_leg1_text" parent="1" style="text;html=1;align=left;verticalAlign=middle;resizable=0;points=[];strokeColor=none;fillColor=none;fontSize=11;fontColor=#ffffff;" value="&lt;b&gt;Wave 1&lt;/b&gt; — Board approval · 8 roles · RM1.37M–1.86M/yr" vertex="1">
+         <mxCell id="wave_leg1_text" parent="1" style="text;html=1;align=left;verticalAlign=middle;resizable=0;points=[];strokeColor=none;fillColor=none;fontSize=11;fontColor=#ffffff;" value="&lt;b&gt;Wave 1&lt;/b&gt; — Board approval · 8 roles · RM954K–1.29M/yr" vertex="1">
          <mxGeometry height="28" width="540" x="744" y="780" as="geometry" />
        </mxCell>
        <mxCell id="wave_leg2" parent="1" style="rounded=1;whiteSpace=wrap;html=1;fillColor=#ffffff;strokeColor=#0984e3;strokeWidth=4;" value="" vertex="1">
          <mxGeometry height="22" width="30" x="700" y="824" as="geometry" />
        </mxCell>
-         <mxCell id="wave_leg2_text" parent="1" style="text;html=1;align=left;verticalAlign=middle;resizable=0;points=[];strokeColor=none;fillColor=none;fontSize=11;fontColor=#ffffff;" value="&lt;b&gt;Wave 2&lt;/b&gt; — RM4M+ SOWs · 5 roles · RM1.20M–1.51M/yr" vertex="1">
+         <mxCell id="wave_leg2_text" parent="1" style="text;html=1;align=left;verticalAlign=middle;resizable=0;points=[];strokeColor=none;fillColor=none;fontSize=11;fontColor=#ffffff;" value="&lt;b&gt;Wave 2&lt;/b&gt; — RM4M+ SOWs · 5 roles · RM834K–1.05M/yr" vertex="1">
          <mxGeometry height="28" width="540" x="744" y="820" as="geometry" />
        </mxCell>
        <mxCell id="wave_leg3" parent="1" style="rounded=1;whiteSpace=wrap;html=1;fillColor=#ffffff;strokeColor=#d63031;strokeWidth=4;" value="" vertex="1">
          <mxGeometry height="22" width="30" x="700" y="864" as="geometry" />
        </mxCell>
-         <mxCell id="wave_leg3_text" parent="1" style="text;html=1;align=left;verticalAlign=middle;resizable=0;points=[];strokeColor=none;fillColor=none;fontSize=11;fontColor=#ffffff;" value="&lt;b&gt;Wave 3&lt;/b&gt; — RM8M+ Recurring · 7 roles · RM683K–1.06M/yr" vertex="1">
+         <mxCell id="wave_leg3_text" parent="1" style="text;html=1;align=left;verticalAlign=middle;resizable=0;points=[];strokeColor=none;fillColor=none;fontSize=11;fontColor=#ffffff;" value="&lt;b&gt;Wave 3&lt;/b&gt; — RM8M+ Recurring · 7 roles · RM474K–738K/yr" vertex="1">
          <mxGeometry height="28" width="540" x="744" y="860" as="geometry" />
        </mxCell>
        <mxCell id="fin_box" parent="1" style="rounded=1;whiteSpace=wrap;html=1;fillColor=#0076a8;strokeColor=#00557a;arcSize=6;shadow=1;" value="" vertex="1">
          <mxGeometry height="72" width="2130" x="80" y="1040" as="geometry" />
        </mxCell>
-         <mxCell id="fin_text" parent="1" style="text;html=1;align=center;verticalAlign=middle;resizable=0;points=[];strokeColor=none;fillColor=none;fontSize=12;" value="&lt;font color=&quot;#ffffff&quot; style=&quot;font-size:13px;&quot;&gt;&lt;b&gt;FINANCIAL SUMMARY&lt;/b&gt;   │   Total burdened: &lt;b&gt;RM3.26M–4.43M&lt;/b&gt; (27%–37% of RM12M)   │   25% cap &lt;b&gt;RELAXED&lt;/b&gt;   │   36-mo runway: &lt;b&gt;RM8.2M–11.1M&lt;/b&gt;&lt;/font&gt;" vertex="1">
+         <mxCell id="fin_text" parent="1" style="text;html=1;align=center;verticalAlign=middle;resizable=0;points=[];strokeColor=none;fillColor=none;fontSize=12;" value="&lt;font color=&quot;#ffffff&quot; style=&quot;font-size:13px;&quot;&gt;&lt;b&gt;FINANCIAL SUMMARY&lt;/b&gt;   │   Total: &lt;b&gt;RM2.26M–3.07M&lt;/b&gt; (18.9%–25.6% of RM12M)   │   within 25% cap (top of band 25.6%)   │   36-mo: &lt;b&gt;RM5.7M–7.7M&lt;/b&gt;&lt;/font&gt;" vertex="1">
          <mxGeometry height="48" width="2090" x="100" y="1052" as="geometry" />
        </mxCell>
        <mxCell id="Z_cIRzkNHb6JCueCwrIl-14" edge="1" parent="1" source="bu_head" style="edgeStyle=orthogonalEdgeStyle;rounded=0;orthogonalLoop=1;jettySize=auto;html=1;entryX=0.553;entryY=0;entryDx=0;entryDy=0;entryPerimeter=0;" target="sales_box">
          <mxGeometry relative="1" as="geometry" />
        </mxCell>
      </root>
    </mxGraphModel>
  </diagram>
</mxfile>
